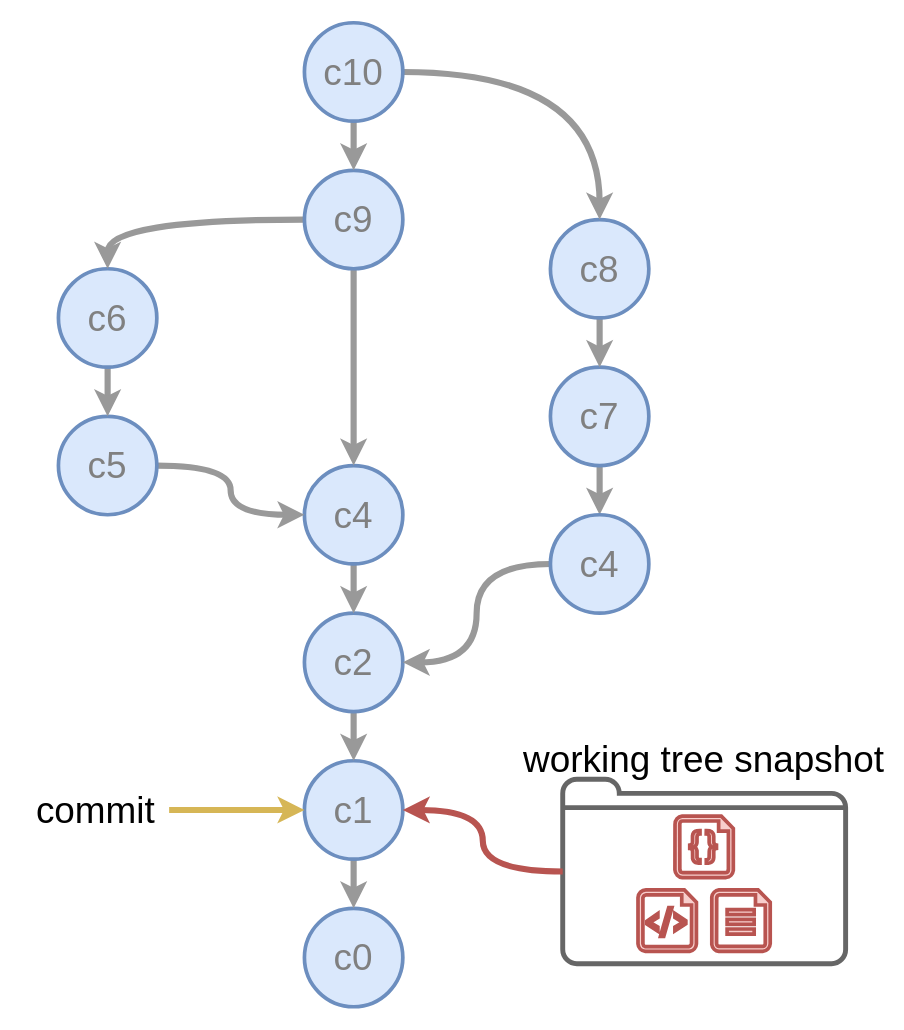
Above: public/commit-graph.drawio in tvannoy/intro-to-git (draw.io), before the change. Source tidied: cells renumbered, new cells numbered last; positions are measured from the earlier drawing's top-left corner, leaving out a move shared by most shapes. Both pictures are drawn from the tidied source at 123%, with x=0, y=0 at pixel (21, 22).
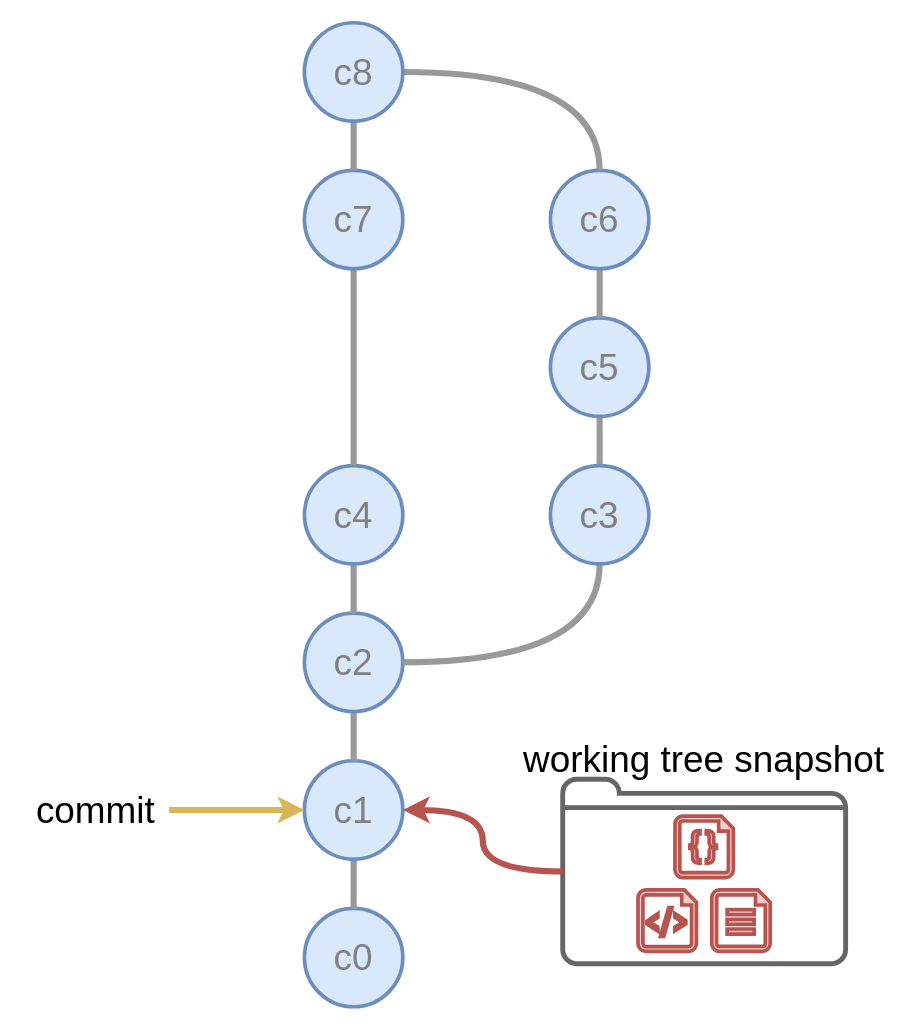
After the change.

Unchanged cells that the change refers to:
```xml
<mxCell id="2" value="c0" style="ellipse;whiteSpace=wrap;html=1;fillColor=#dae8fc;strokeColor=#6c8ebf;strokeWidth=3;fontSize=30;fontFamily=Source Sans Pro;fontColor=#808080;" parent="1" vertex="1">
  <mxGeometry x="230" y="720" width="80" height="80" as="geometry" />
</mxCell>
<mxCell id="4" value="c1" style="ellipse;whiteSpace=wrap;html=1;fillColor=#dae8fc;strokeColor=#6c8ebf;strokeWidth=3;fontSize=30;fontFamily=Source Sans Pro;fontColor=#808080;" parent="1" vertex="1">
  <mxGeometry x="230" y="600" width="80" height="80" as="geometry" />
</mxCell>
<mxCell id="6" value="&lt;span style=&quot;color: rgb(128, 128, 128); font-family: &amp;quot;Source Sans Pro&amp;quot;; font-size: 30px;&quot;&gt;c2&lt;/span&gt;" style="ellipse;whiteSpace=wrap;html=1;fillColor=#dae8fc;strokeColor=#6c8ebf;strokeWidth=3;" parent="1" vertex="1">
  <mxGeometry x="230" y="480" width="80" height="80" as="geometry" />
</mxCell>
<mxCell id="8" value="&lt;span style=&quot;color: rgb(128, 128, 128); font-family: &amp;quot;Source Sans Pro&amp;quot;; font-size: 30px;&quot;&gt;c4&lt;/span&gt;" style="ellipse;whiteSpace=wrap;html=1;fillColor=#dae8fc;strokeColor=#6c8ebf;strokeWidth=3;" parent="1" vertex="1">
  <mxGeometry x="230" y="360" width="80" height="80" as="geometry" />
</mxCell>
```

The edit, as a diff of the source:
```diff
@@
-    <mxCell id="3" style="edgeStyle=orthogonalEdgeStyle;rounded=1;jettySize=auto;html=1;exitX=0.5;exitY=1;exitDx=0;exitDy=0;entryX=0.5;entryY=0;entryDx=0;entryDy=0;strokeColor=#999999;strokeWidth=5;" parent="1" edge="1" source="4" target="2">
+    <mxCell id="3" style="edgeStyle=orthogonalEdgeStyle;rounded=1;jettySize=auto;html=1;exitX=0.5;exitY=1;exitDx=0;exitDy=0;entryX=0.5;entryY=0;entryDx=0;entryDy=0;strokeColor=#999999;strokeWidth=5;endArrow=none;endFill=0;" parent="1" edge="1" source="4" target="2">
       <mxGeometry relative="1" as="geometry" />
     </mxCell>
@@
-    <mxCell id="5" style="edgeStyle=orthogonalEdgeStyle;rounded=1;jettySize=auto;html=1;exitX=0.5;exitY=1;exitDx=0;exitDy=0;entryX=0.5;entryY=0;entryDx=0;entryDy=0;strokeColor=#999999;strokeWidth=5;" parent="1" edge="1" source="6" target="4">
+    <mxCell id="5" style="edgeStyle=orthogonalEdgeStyle;rounded=1;jettySize=auto;html=1;exitX=0.5;exitY=1;exitDx=0;exitDy=0;entryX=0.5;entryY=0;entryDx=0;entryDy=0;strokeColor=#999999;strokeWidth=5;endArrow=none;endFill=0;" parent="1" edge="1" source="6" target="4">
       <mxGeometry relative="1" as="geometry" />
     </mxCell>
@@
-    <mxCell id="7" style="edgeStyle=orthogonalEdgeStyle;rounded=1;jettySize=auto;html=1;exitX=0.5;exitY=1;exitDx=0;exitDy=0;entryX=0.5;entryY=0;entryDx=0;entryDy=0;strokeColor=#999999;strokeWidth=5;" parent="1" edge="1" source="8" target="6">
+    <mxCell id="7" style="edgeStyle=orthogonalEdgeStyle;rounded=1;jettySize=auto;html=1;exitX=0.5;exitY=1;exitDx=0;exitDy=0;entryX=0.5;entryY=0;entryDx=0;entryDy=0;strokeColor=#999999;strokeWidth=5;endArrow=none;endFill=0;" parent="1" edge="1" source="8" target="6">
       <mxGeometry relative="1" as="geometry" />
     </mxCell>
@@
-    <mxCell id="9" style="edgeStyle=orthogonalEdgeStyle;curved=1;jettySize=auto;html=1;exitX=0.5;exitY=1;exitDx=0;exitDy=0;entryX=0.5;entryY=0;entryDx=0;entryDy=0;strokeColor=#999999;strokeWidth=5;" parent="1" edge="1" source="10" target="12">
+    <mxCell id="9" style="edgeStyle=orthogonalEdgeStyle;curved=1;jettySize=auto;html=1;exitX=0.5;exitY=1;exitDx=0;exitDy=0;entryX=0.5;entryY=0;entryDx=0;entryDy=0;strokeColor=#999999;strokeWidth=5;endArrow=none;endFill=0;" parent="1" edge="1" source="10" target="12">
       <mxGeometry relative="1" as="geometry" />
     </mxCell>
-    <mxCell id="10" value="&lt;span style=&quot;color: rgb(128, 128, 128); font-family: &amp;quot;Source Sans Pro&amp;quot;; font-size: 30px;&quot;&gt;c7&lt;/span&gt;" style="ellipse;whiteSpace=wrap;html=1;fillColor=#dae8fc;strokeColor=#6c8ebf;strokeWidth=3;" parent="1" vertex="1">
-      <mxGeometry x="430" y="280" width="80" height="80" as="geometry" />
+    <mxCell id="10" value="&lt;span style=&quot;color: rgb(128, 128, 128); font-family: &amp;quot;Source Sans Pro&amp;quot;; font-size: 30px;&quot;&gt;c5&lt;/span&gt;" style="ellipse;whiteSpace=wrap;html=1;fillColor=#dae8fc;strokeColor=#6c8ebf;strokeWidth=3;" parent="1" vertex="1">
+      <mxGeometry x="430" y="240" width="80" height="80" as="geometry" />
     </mxCell>
-    <mxCell id="11" style="edgeStyle=orthogonalEdgeStyle;jettySize=auto;html=1;exitX=0;exitY=0.5;exitDx=0;exitDy=0;entryX=1;entryY=0.5;entryDx=0;entryDy=0;strokeColor=#999999;strokeWidth=5;curved=1;" parent="1" edge="1" source="12" target="6">
+    <mxCell id="11" style="edgeStyle=orthogonalEdgeStyle;jettySize=auto;html=1;exitX=0.5;exitY=1;exitDx=0;exitDy=0;entryX=1;entryY=0.5;entryDx=0;entryDy=0;strokeColor=#999999;strokeWidth=5;curved=1;endArrow=none;endFill=0;" parent="1" edge="1" source="12" target="6">
       <mxGeometry relative="1" as="geometry" />
     </mxCell>
-    <mxCell id="12" value="&lt;span style=&quot;color: rgb(128, 128, 128); font-family: &amp;quot;Source Sans Pro&amp;quot;; font-size: 30px;&quot;&gt;c4&lt;/span&gt;" style="ellipse;whiteSpace=wrap;html=1;fillColor=#dae8fc;strokeColor=#6c8ebf;strokeWidth=3;" parent="1" vertex="1">
-      <mxGeometry x="430" y="400" width="80" height="80" as="geometry" />
+    <mxCell id="12" value="&lt;span style=&quot;color: rgb(128, 128, 128); font-family: &amp;quot;Source Sans Pro&amp;quot;; font-size: 30px;&quot;&gt;c3&lt;/span&gt;" style="ellipse;whiteSpace=wrap;html=1;fillColor=#dae8fc;strokeColor=#6c8ebf;strokeWidth=3;" parent="1" vertex="1">
+      <mxGeometry x="430" y="360" width="80" height="80" as="geometry" />
     </mxCell>
-    <mxCell id="13" style="edgeStyle=orthogonalEdgeStyle;curved=1;jettySize=auto;html=1;exitX=1;exitY=0.5;exitDx=0;exitDy=0;entryX=0;entryY=0.5;entryDx=0;entryDy=0;strokeColor=#999999;strokeWidth=5;" parent="1" edge="1" source="14" target="8">
-      <mxGeometry relative="1" as="geometry" />
-    </mxCell>
-    <mxCell id="14" value="&lt;span style=&quot;color: rgb(128, 128, 128); font-family: &amp;quot;Source Sans Pro&amp;quot;; font-size: 30px;&quot;&gt;c5&lt;/span&gt;" style="ellipse;whiteSpace=wrap;html=1;fillColor=#dae8fc;strokeColor=#6c8ebf;strokeWidth=3;" parent="1" vertex="1">
-      <mxGeometry x="30" y="320" width="80" height="80" as="geometry" />
-    </mxCell>
-    <mxCell id="15" style="edgeStyle=orthogonalEdgeStyle;curved=1;jettySize=auto;html=1;exitX=0.5;exitY=1;exitDx=0;exitDy=0;entryX=0.5;entryY=0;entryDx=0;entryDy=0;strokeColor=#999999;strokeWidth=5;" parent="1" edge="1" source="16" target="14">
-      <mxGeometry relative="1" as="geometry" />
-    </mxCell>
-    <mxCell id="16" value="&lt;span style=&quot;color: rgb(128, 128, 128); font-family: &amp;quot;Source Sans Pro&amp;quot;; font-size: 30px;&quot;&gt;c6&lt;/span&gt;" style="ellipse;whiteSpace=wrap;html=1;fillColor=#dae8fc;strokeColor=#6c8ebf;strokeWidth=3;" parent="1" vertex="1">
-      <mxGeometry x="30" y="200" width="80" height="80" as="geometry" />
-    </mxCell>
-    <mxCell id="17" style="edgeStyle=orthogonalEdgeStyle;curved=1;jettySize=auto;html=1;exitX=0.5;exitY=1;exitDx=0;exitDy=0;entryX=0.5;entryY=0;entryDx=0;entryDy=0;strokeColor=#999999;strokeWidth=5;" parent="1" edge="1" source="18" target="10">
+    <mxCell id="17" style="edgeStyle=orthogonalEdgeStyle;curved=1;jettySize=auto;html=1;exitX=0.5;exitY=1;exitDx=0;exitDy=0;entryX=0.5;entryY=0;entryDx=0;entryDy=0;strokeColor=#999999;strokeWidth=5;endArrow=none;endFill=0;" parent="1" edge="1" source="18" target="10">
       <mxGeometry relative="1" as="geometry" />
     </mxCell>
-    <mxCell id="18" value="&lt;span style=&quot;color: rgb(128, 128, 128); font-family: &amp;quot;Source Sans Pro&amp;quot;; font-size: 30px;&quot;&gt;c8&lt;/span&gt;" style="ellipse;whiteSpace=wrap;html=1;fillColor=#dae8fc;strokeColor=#6c8ebf;strokeWidth=3;" parent="1" vertex="1">
-      <mxGeometry x="430" y="160" width="80" height="80" as="geometry" />
+    <mxCell id="18" value="&lt;span style=&quot;color: rgb(128, 128, 128); font-family: &amp;quot;Source Sans Pro&amp;quot;; font-size: 30px;&quot;&gt;c6&lt;/span&gt;" style="ellipse;whiteSpace=wrap;html=1;fillColor=#dae8fc;strokeColor=#6c8ebf;strokeWidth=3;" parent="1" vertex="1">
+      <mxGeometry x="430" y="120" width="80" height="80" as="geometry" />
     </mxCell>
-    <mxCell id="19" style="edgeStyle=orthogonalEdgeStyle;curved=1;jettySize=auto;html=1;exitX=0;exitY=0.5;exitDx=0;exitDy=0;entryX=0.5;entryY=0;entryDx=0;entryDy=0;strokeColor=#999999;strokeWidth=5;" parent="1" edge="1" source="21" target="16">
-      <mxGeometry relative="1" as="geometry" />
-    </mxCell>
-    <mxCell id="20" style="edgeStyle=orthogonalEdgeStyle;curved=1;jettySize=auto;html=1;exitX=0.5;exitY=1;exitDx=0;exitDy=0;strokeColor=#999999;strokeWidth=5;" parent="1" edge="1" source="21" target="8">
+    <mxCell id="20" style="edgeStyle=orthogonalEdgeStyle;curved=1;jettySize=auto;html=1;exitX=0.5;exitY=1;exitDx=0;exitDy=0;strokeColor=#999999;strokeWidth=5;endArrow=none;endFill=0;" parent="1" edge="1" source="21" target="8">
       <mxGeometry relative="1" as="geometry" />
     </mxCell>
-    <mxCell id="21" value="&lt;span style=&quot;color: rgb(128, 128, 128); font-family: &amp;quot;Source Sans Pro&amp;quot;; font-size: 30px;&quot;&gt;c9&lt;/span&gt;" style="ellipse;whiteSpace=wrap;html=1;fillColor=#dae8fc;strokeColor=#6c8ebf;strokeWidth=3;" parent="1" vertex="1">
+    <mxCell id="21" value="&lt;span style=&quot;color: rgb(128, 128, 128); font-family: &amp;quot;Source Sans Pro&amp;quot;; font-size: 30px;&quot;&gt;c7&lt;/span&gt;" style="ellipse;whiteSpace=wrap;html=1;fillColor=#dae8fc;strokeColor=#6c8ebf;strokeWidth=3;" parent="1" vertex="1">
       <mxGeometry x="230" y="120" width="80" height="80" as="geometry" />
     </mxCell>
-    <mxCell id="22" style="edgeStyle=orthogonalEdgeStyle;curved=1;jettySize=auto;html=1;exitX=0.5;exitY=1;exitDx=0;exitDy=0;entryX=0.5;entryY=0;entryDx=0;entryDy=0;strokeColor=#999999;strokeWidth=5;" parent="1" edge="1" source="24" target="21">
+    <mxCell id="22" style="edgeStyle=orthogonalEdgeStyle;curved=1;jettySize=auto;html=1;exitX=0.5;exitY=1;exitDx=0;exitDy=0;entryX=0.5;entryY=0;entryDx=0;entryDy=0;strokeColor=#999999;strokeWidth=5;endArrow=none;endFill=0;" parent="1" edge="1" source="24" target="21">
       <mxGeometry relative="1" as="geometry" />
     </mxCell>
-    <mxCell id="23" style="edgeStyle=orthogonalEdgeStyle;curved=1;jettySize=auto;html=1;exitX=1;exitY=0.5;exitDx=0;exitDy=0;strokeColor=#999999;strokeWidth=5;" parent="1" edge="1" source="24" target="18">
+    <mxCell id="23" style="edgeStyle=orthogonalEdgeStyle;curved=1;jettySize=auto;html=1;exitX=1;exitY=0.5;exitDx=0;exitDy=0;strokeColor=#999999;strokeWidth=5;endArrow=none;endFill=0;" parent="1" edge="1" source="24" target="18">
       <mxGeometry relative="1" as="geometry" />
     </mxCell>
-    <mxCell id="24" value="&lt;span style=&quot;color: rgb(128, 128, 128); font-family: &amp;quot;Source Sans Pro&amp;quot;; font-size: 30px;&quot;&gt;c10&lt;/span&gt;" style="ellipse;whiteSpace=wrap;html=1;fillColor=#dae8fc;strokeColor=#6c8ebf;strokeWidth=3;" parent="1" vertex="1">
+    <mxCell id="24" value="&lt;span style=&quot;color: rgb(128, 128, 128); font-family: &amp;quot;Source Sans Pro&amp;quot;; font-size: 30px;&quot;&gt;c8&lt;/span&gt;" style="ellipse;whiteSpace=wrap;html=1;fillColor=#dae8fc;strokeColor=#6c8ebf;strokeWidth=3;" parent="1" vertex="1">
       <mxGeometry x="230" width="80" height="80" as="geometry" />
     </mxCell>
```
